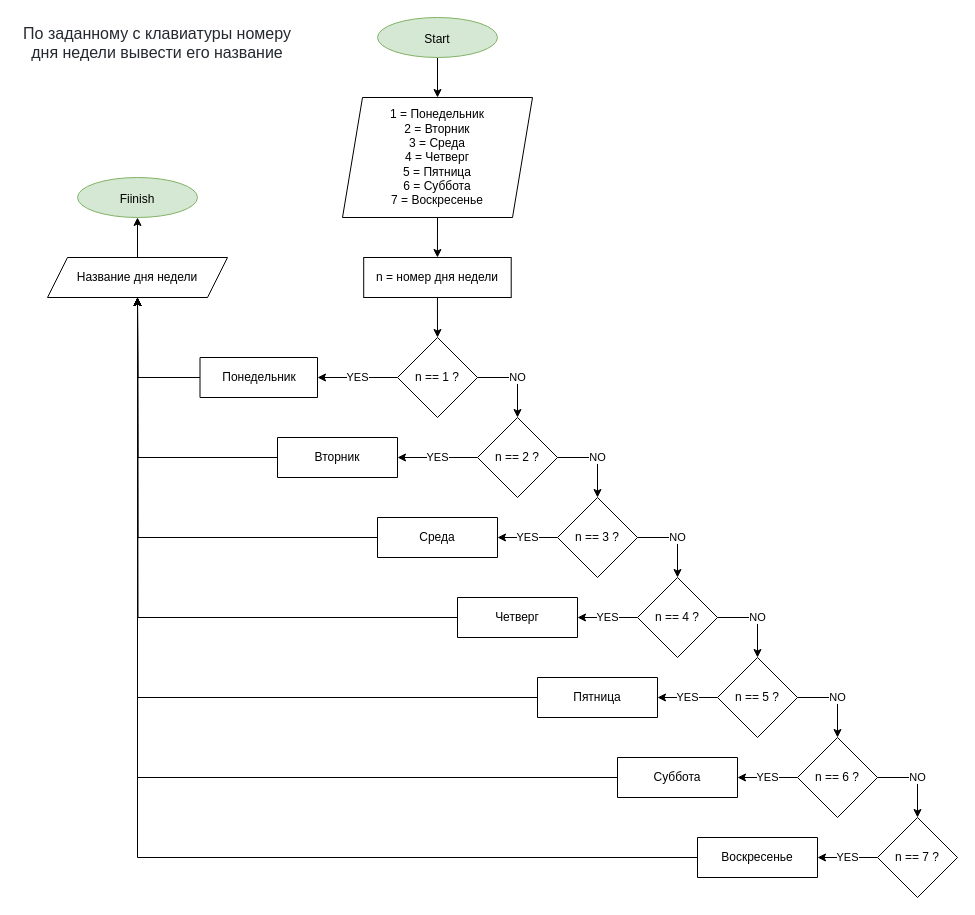
Above: 004/004.drawio in RubanKS/Basic-CS (draw.io), before the change. Source tidied: cells renumbered, new cells numbered last; positions are measured from the earlier drawing's top-left corner, leaving out a move shared by most shapes. Both pictures are drawn from the tidied source at 100%, with x=0, y=0 at pixel (17, 17).
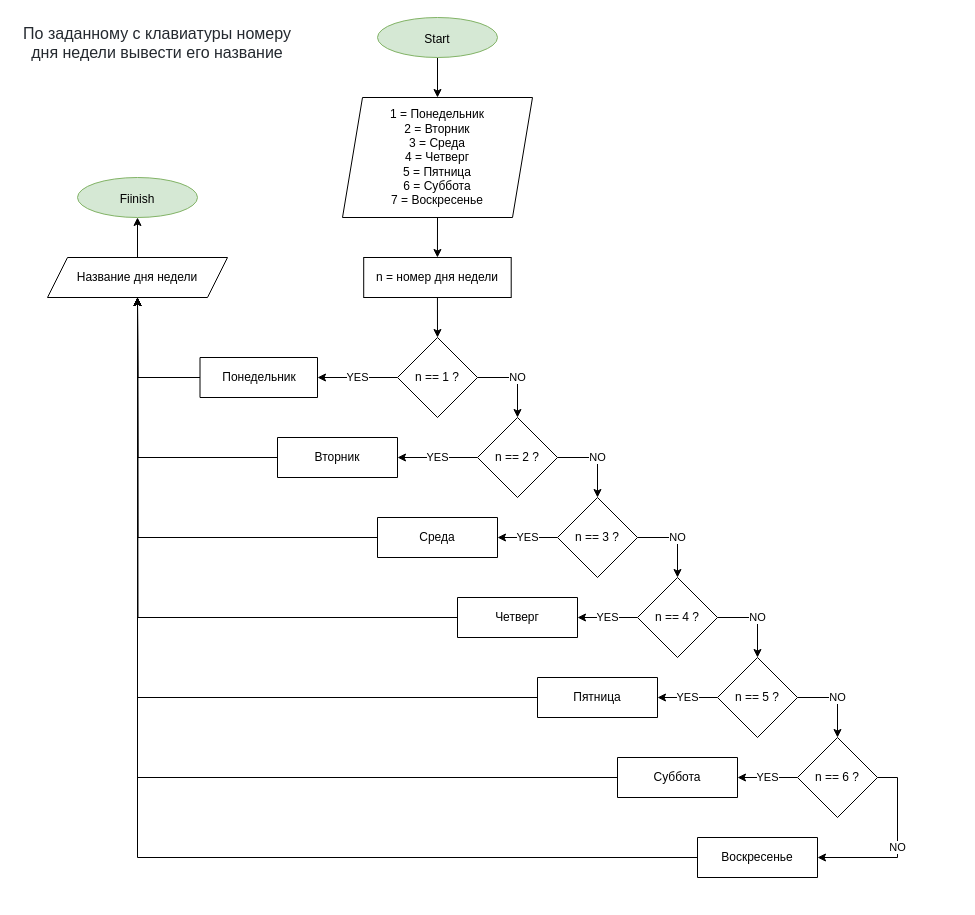
Above is the later version.

The change refers to these unchanged cells:
```xml
<mxCell id="26" value="n == 6 ?" style="rhombus;whiteSpace=wrap;html=1;" parent="1" vertex="1">
  <mxGeometry x="780" y="720" width="80" height="80" as="geometry" />
</mxCell>
<mxCell id="38" value="Воскресенье" style="shape=parallelogram;perimeter=parallelogramPerimeter;whiteSpace=wrap;html=1;fixedSize=1;size=-30;" parent="1" vertex="1">
  <mxGeometry x="680" y="820" width="120" height="40" as="geometry" />
</mxCell>
```

Change to the diagram source:
```diff
@@
-    <mxCell id="24" value="NO" style="edgeStyle=orthogonalEdgeStyle;rounded=0;jettySize=auto;html=1;exitX=1;exitY=0.5;exitDx=0;exitDy=0;entryX=0.5;entryY=0;entryDx=0;entryDy=0;" parent="1" edge="1" source="26" target="28">
+    <mxCell id="24" value="NO" style="edgeStyle=orthogonalEdgeStyle;rounded=0;jettySize=auto;html=1;exitX=1;exitY=0.5;exitDx=0;exitDy=0;entryX=1;entryY=0.5;entryDx=0;entryDy=0;" parent="1" edge="1" source="26" target="38">
       <mxGeometry relative="1" as="geometry" />
     </mxCell>
@@
-    <mxCell id="27" value="YES" style="edgeStyle=orthogonalEdgeStyle;rounded=0;jettySize=auto;html=1;exitX=0;exitY=0.5;exitDx=0;exitDy=0;entryX=1;entryY=0.5;entryDx=0;entryDy=0;" parent="1" edge="1" source="28" target="38">
-      <mxGeometry relative="1" as="geometry" />
-    </mxCell>
-    <mxCell id="28" value="n == 7 ?" style="rhombus;whiteSpace=wrap;html=1;" parent="1" vertex="1">
-      <mxGeometry x="860" y="800" width="80" height="80" as="geometry" />
-    </mxCell>
```
